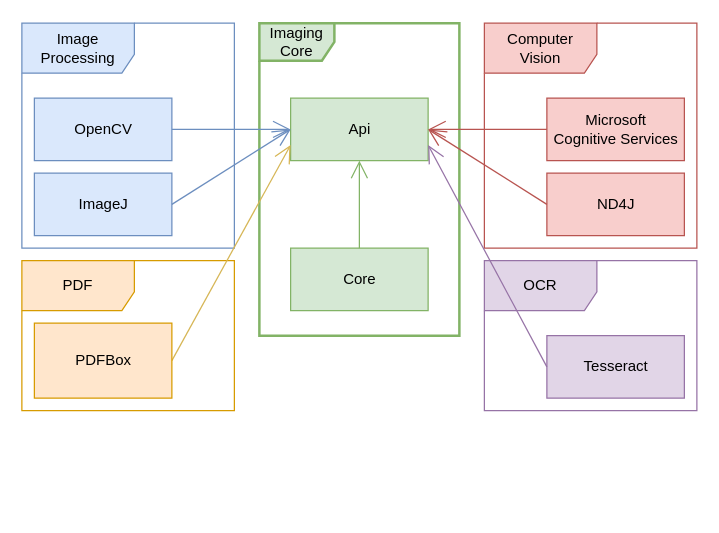
Earlier version of the draw.io diagram src/site/resources/documentation/imaging_structure.drawio (FHOOEAIST/imaging). Source tidied: cells renumbered, new cells numbered last; positions are measured from the earlier drawing's top-left corner, leaving out a move shared by most shapes. Both pictures are drawn from the tidied source at 125%, with x=0, y=0 at pixel (21, 22).
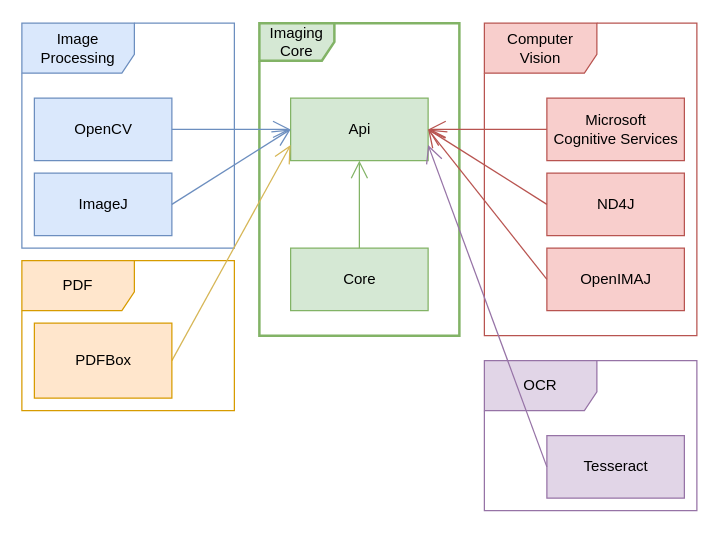
The same page after the edit.

Unchanged cells that the change refers to:
```xml
<mxCell id="7" value="Api" style="html=1;fillColor=#d5e8d4;strokeColor=#82b366;" parent="1" vertex="1">
  <mxGeometry x="215" y="60" width="110" height="50" as="geometry" />
</mxCell>
```

Diff of the diagram source:
```diff
@@
     <mxCell id="2" value="Computer Vision" style="shape=umlFrame;whiteSpace=wrap;html=1;width=90;height=40;fillColor=#f8cecc;strokeColor=#b85450;" parent="1" vertex="1">
-      <mxGeometry x="370" width="170" height="180" as="geometry" />
+      <mxGeometry x="370" width="170" height="250" as="geometry" />
     </mxCell>
@@
     <mxCell id="6" value="OCR" style="shape=umlFrame;whiteSpace=wrap;html=1;width=90;height=40;fillColor=#e1d5e7;strokeColor=#9673a6;" parent="1" vertex="1">
-      <mxGeometry x="370" y="190" width="170" height="120" as="geometry" />
+      <mxGeometry x="370" y="270" width="170" height="120" as="geometry" />
     </mxCell>
@@
     <mxCell id="12" value="Tesseract&lt;br&gt;" style="html=1;fillColor=#e1d5e7;strokeColor=#9673a6;" parent="1" vertex="1">
-      <mxGeometry x="420" y="250" width="110" height="50" as="geometry" />
+      <mxGeometry x="420" y="330" width="110" height="50" as="geometry" />
     </mxCell>
@@
+    <mxCell id="22" value="OpenIMAJ" style="html=1;fillColor=#f8cecc;strokeColor=#b85450;" parent="1" vertex="1">
+      <mxGeometry x="420" y="180" width="110" height="50" as="geometry" />
+    </mxCell>
+    <mxCell id="23" style="endArrow=open;endFill=1;endSize=12;html=1;fillColor=#f8cecc;strokeColor=#b85450;exitX=0;exitY=0.5;exitDx=0;exitDy=0;entryX=1;entryY=0.5;entryDx=0;entryDy=0;" parent="1" edge="1" source="22" target="7">
+      <mxGeometry relative="1" as="geometry" />
+    </mxCell>
```
